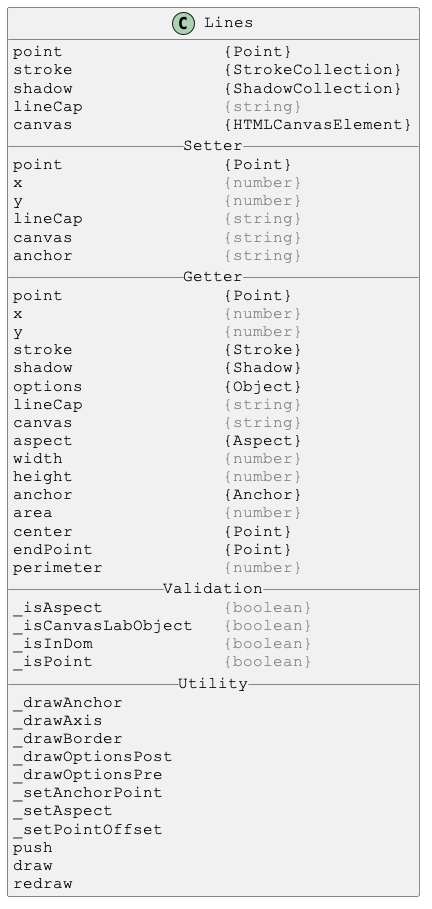
Justin-Byrne/canvasLab keeps this PlantUML diagram as docs/PlantUml/image/Lines.png. Above is the earlier version.
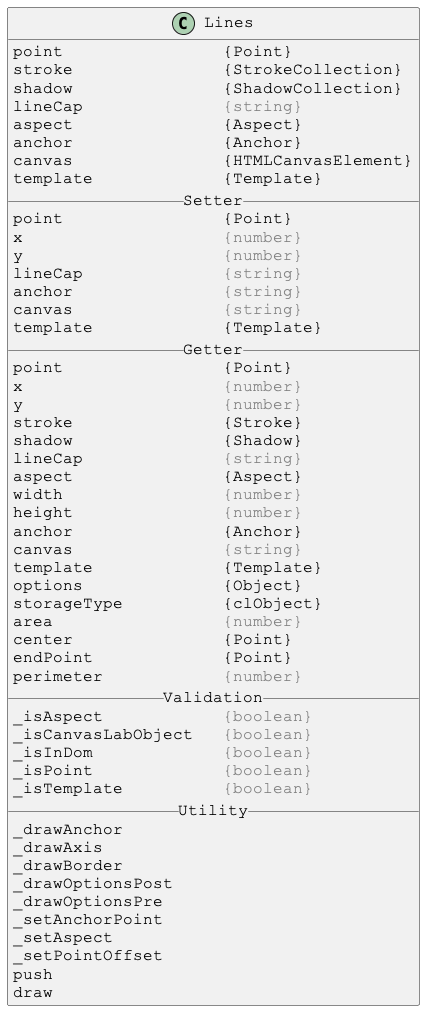
The same file after the commit.

What changed in the source:
```diff
@@ -8,27 +8,33 @@
 stroke               {StrokeCollection}
 shadow               {ShadowCollection}
 lineCap              <color:gray>{string}</color>
+aspect               {Aspect}
+anchor               {Anchor}
 canvas               {HTMLCanvasElement}
+template             {Template}
 __ Setter __
 point                {Point}
 x                    <color:gray>{number}</color>
 y                    <color:gray>{number}</color>
 lineCap              <color:gray>{string}</color>
+anchor               <color:gray>{string}</color>
 canvas               <color:gray>{string}</color>
-anchor               <color:gray>{string}</color>
+template             {Template}
 __ Getter __
 point                {Point}
 x                    <color:gray>{number}</color>
 y                    <color:gray>{number}</color>
 stroke               {Stroke}
 shadow               {Shadow}
-options              {Object}
 lineCap              <color:gray>{string}</color>
-canvas               <color:gray>{string}</color>
 aspect               {Aspect}
 width                <color:gray>{number}</color>
 height               <color:gray>{number}</color>
 anchor               {Anchor}
+canvas               <color:gray>{string}</color>
+template             {Template}
+options              {Object}
+storageType          {clObject}
 area                 <color:gray>{number}</color>
 center               {Point}
 endPoint             {Point}
@@ -38,6 +44,7 @@
 _isCanvasLabObject   <color:gray>{boolean}</color>
 _isInDom             <color:gray>{boolean}</color>
 _isPoint             <color:gray>{boolean}</color>
+_isTemplate          <color:gray>{boolean}</color>
 __ Utility __
 _drawAnchor
 _drawAxis
@@ -49,7 +56,6 @@
 _setPointOffset
 push
 draw
-redraw
 }
 
 @enduml
```
